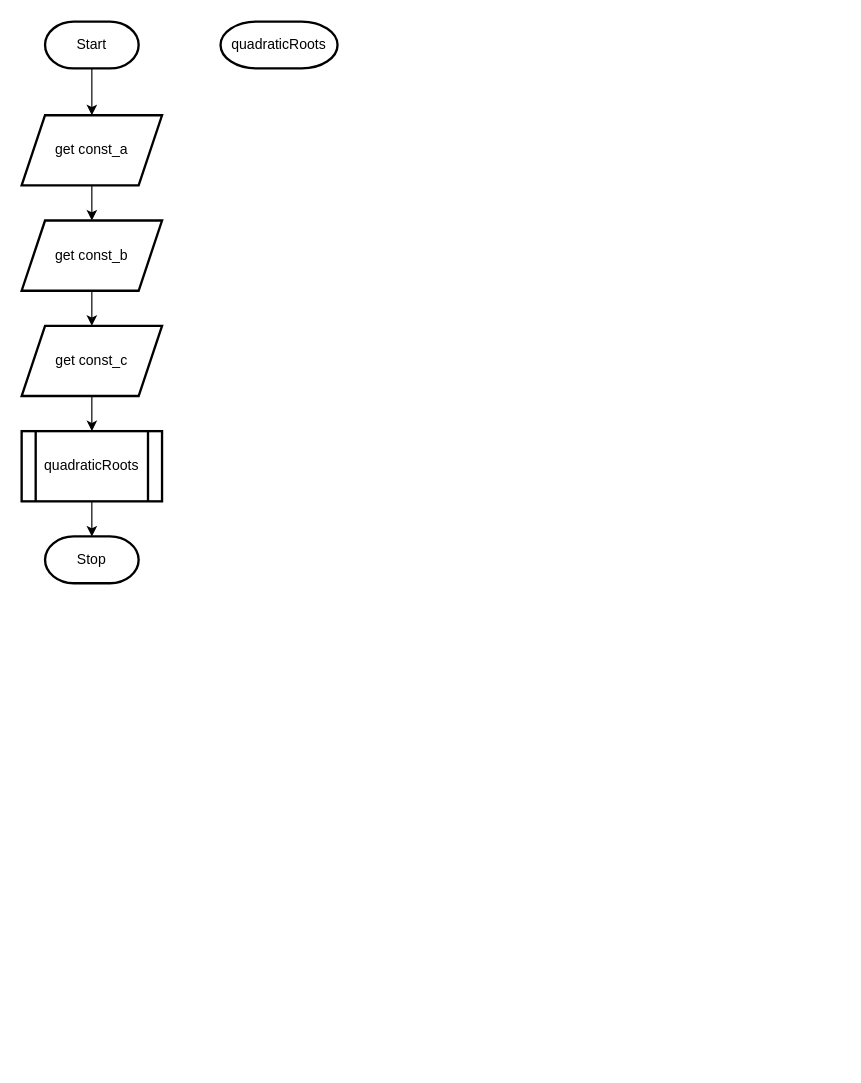
The draw.io diagram quadratic_formula.drawio in Jebbxrs/c_proj, before the edit. Source tidied: cells renumbered, new cells numbered last; positions are measured from the earlier drawing's top-left corner, leaving out a move shared by most shapes. Both pictures are drawn from the tidied source at 117%, with x=0, y=0 at pixel (21, 21).
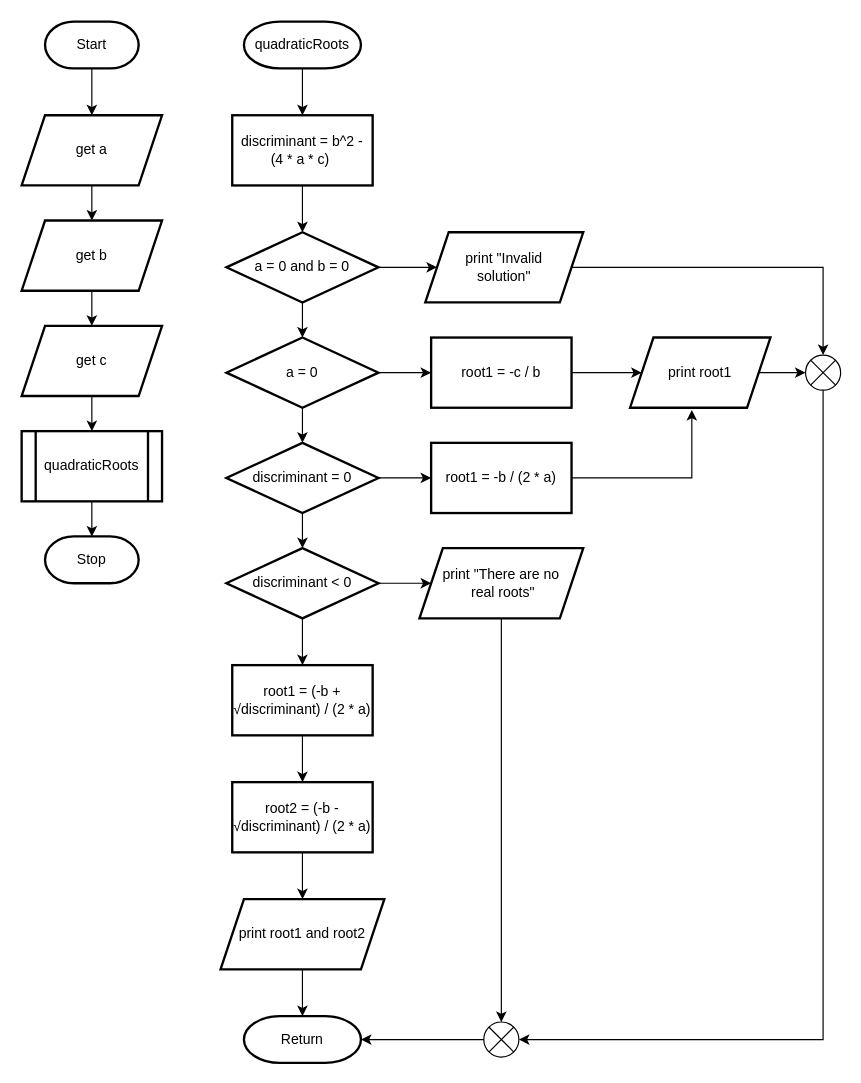
The same diagram, later.

Diff of the diagram source:
```diff
@@
-    <mxCell id="5" value="get const_a" style="shape=parallelogram;perimeter=parallelogramPerimeter;whiteSpace=wrap;html=1;fixedSize=1;strokeWidth=2;" parent="1" vertex="1">
+    <mxCell id="5" value="get a" style="shape=parallelogram;perimeter=parallelogramPerimeter;whiteSpace=wrap;html=1;fixedSize=1;strokeWidth=2;" parent="1" vertex="1">
       <mxGeometry y="80" width="120" height="60" as="geometry" />
     </mxCell>
@@
-    <mxCell id="7" value="get const_b" style="shape=parallelogram;perimeter=parallelogramPerimeter;whiteSpace=wrap;html=1;fixedSize=1;strokeWidth=2;" parent="1" vertex="1">
+    <mxCell id="7" value="get b" style="shape=parallelogram;perimeter=parallelogramPerimeter;whiteSpace=wrap;html=1;fixedSize=1;strokeWidth=2;" parent="1" vertex="1">
       <mxGeometry y="170" width="120" height="60" as="geometry" />
     </mxCell>
@@
-    <mxCell id="9" value="get const_c" style="shape=parallelogram;perimeter=parallelogramPerimeter;whiteSpace=wrap;html=1;fixedSize=1;strokeWidth=2;" parent="1" vertex="1">
+    <mxCell id="9" value="get c" style="shape=parallelogram;perimeter=parallelogramPerimeter;whiteSpace=wrap;html=1;fixedSize=1;strokeWidth=2;" parent="1" vertex="1">
       <mxGeometry y="260" width="120" height="60" as="geometry" />
     </mxCell>
@@
+    <mxCell id="14" style="edgeStyle=orthogonalEdgeStyle;rounded=0;jettySize=auto;html=1;" parent="1" edge="1" source="13" target="16">
+      <mxGeometry relative="1" as="geometry" />
+    </mxCell>
     <mxCell id="13" value="quadraticRoots" style="strokeWidth=2;html=1;shape=mxgraph.flowchart.terminator;whiteSpace=wrap;" parent="1" vertex="1">
-      <mxGeometry x="170" width="100" height="40" as="geometry" />
+      <mxGeometry x="190" width="100" height="40" as="geometry" />
     </mxCell>
+    <mxCell id="15" style="edgeStyle=orthogonalEdgeStyle;rounded=0;jettySize=auto;html=1;" parent="1" edge="1" source="16" target="19">
+      <mxGeometry relative="1" as="geometry" />
+    </mxCell>
+    <mxCell id="16" value="discriminant = b^2 - &lt;br&gt;(4 * a * c)&amp;nbsp;" style="whiteSpace=wrap;html=1;strokeWidth=2;" parent="1" vertex="1">
+      <mxGeometry x="180" y="80" width="120" height="60" as="geometry" />
+    </mxCell>
+    <mxCell id="17" style="edgeStyle=orthogonalEdgeStyle;rounded=0;jettySize=auto;html=1;" parent="1" edge="1" source="19" target="20">
+      <mxGeometry relative="1" as="geometry" />
+    </mxCell>
+    <mxCell id="18" style="edgeStyle=orthogonalEdgeStyle;rounded=0;jettySize=auto;html=1;" parent="1" edge="1" source="19" target="23">
+      <mxGeometry relative="1" as="geometry" />
+    </mxCell>
+    <mxCell id="19" value="a = 0 and b = 0" style="rhombus;whiteSpace=wrap;html=1;strokeWidth=2;" parent="1" vertex="1">
+      <mxGeometry x="175" y="180" width="130" height="60" as="geometry" />
+    </mxCell>
+    <mxCell id="20" value="print &quot;Invalid &lt;br&gt;solution&quot;" style="shape=parallelogram;perimeter=parallelogramPerimeter;whiteSpace=wrap;html=1;fixedSize=1;strokeWidth=2;" parent="1" vertex="1">
+      <mxGeometry x="345" y="180" width="135" height="60" as="geometry" />
+    </mxCell>
+    <mxCell id="21" style="edgeStyle=orthogonalEdgeStyle;rounded=0;jettySize=auto;html=1;" parent="1" edge="1" source="23" target="25">
+      <mxGeometry relative="1" as="geometry" />
+    </mxCell>
+    <mxCell id="22" style="edgeStyle=orthogonalEdgeStyle;rounded=0;jettySize=auto;html=1;" parent="1" edge="1" source="23" target="30">
+      <mxGeometry relative="1" as="geometry" />
+    </mxCell>
+    <mxCell id="23" value="a = 0" style="rhombus;whiteSpace=wrap;html=1;strokeWidth=2;" parent="1" vertex="1">
+      <mxGeometry x="175" y="270" width="130" height="60" as="geometry" />
+    </mxCell>
+    <mxCell id="24" style="edgeStyle=orthogonalEdgeStyle;rounded=0;jettySize=auto;html=1;" parent="1" edge="1" source="25" target="27">
+      <mxGeometry relative="1" as="geometry" />
+    </mxCell>
+    <mxCell id="25" value="root1 = -c / b" style="whiteSpace=wrap;html=1;strokeWidth=2;" parent="1" vertex="1">
+      <mxGeometry x="350" y="270" width="120" height="60" as="geometry" />
+    </mxCell>
+    <mxCell id="26" style="edgeStyle=orthogonalEdgeStyle;rounded=0;jettySize=auto;html=1;" parent="1" edge="1" source="27" target="47">
+      <mxGeometry relative="1" as="geometry" />
+    </mxCell>
+    <mxCell id="27" value="print root1" style="shape=parallelogram;perimeter=parallelogramPerimeter;whiteSpace=wrap;html=1;fixedSize=1;strokeWidth=2;" parent="1" vertex="1">
+      <mxGeometry x="520" y="270" width="120" height="60" as="geometry" />
+    </mxCell>
+    <mxCell id="28" style="edgeStyle=orthogonalEdgeStyle;rounded=0;jettySize=auto;html=1;" parent="1" edge="1" source="30" target="32">
+      <mxGeometry relative="1" as="geometry" />
+    </mxCell>
+    <mxCell id="29" style="edgeStyle=orthogonalEdgeStyle;rounded=0;jettySize=auto;html=1;" parent="1" edge="1" source="30" target="35">
+      <mxGeometry relative="1" as="geometry" />
+    </mxCell>
+    <mxCell id="30" value="discriminant = 0" style="rhombus;whiteSpace=wrap;html=1;strokeWidth=2;" parent="1" vertex="1">
+      <mxGeometry x="175" y="360" width="130" height="60" as="geometry" />
+    </mxCell>
+    <mxCell id="31" style="edgeStyle=orthogonalEdgeStyle;rounded=0;jettySize=auto;html=1;entryX=0.44;entryY=1.033;entryDx=0;entryDy=0;entryPerimeter=0;" parent="1" edge="1" source="32" target="27">
+      <mxGeometry relative="1" as="geometry" />
+    </mxCell>
+    <mxCell id="32" value="root1 = -b / (2 * a)" style="whiteSpace=wrap;html=1;strokeWidth=2;" parent="1" vertex="1">
+      <mxGeometry x="350" y="360" width="120" height="60" as="geometry" />
+    </mxCell>
+    <mxCell id="33" style="edgeStyle=orthogonalEdgeStyle;rounded=0;jettySize=auto;html=1;" parent="1" edge="1" source="35" target="36">
+      <mxGeometry relative="1" as="geometry" />
+    </mxCell>
+    <mxCell id="34" style="edgeStyle=orthogonalEdgeStyle;rounded=0;jettySize=auto;html=1;" parent="1" edge="1" source="35" target="38">
+      <mxGeometry relative="1" as="geometry" />
+    </mxCell>
+    <mxCell id="35" value="discriminant &amp;lt; 0" style="rhombus;whiteSpace=wrap;html=1;strokeWidth=2;" parent="1" vertex="1">
+      <mxGeometry x="175" y="450" width="130" height="60" as="geometry" />
+    </mxCell>
+    <mxCell id="36" value="print &quot;There are no&lt;br&gt;&amp;nbsp;real roots&quot;" style="shape=parallelogram;perimeter=parallelogramPerimeter;whiteSpace=wrap;html=1;fixedSize=1;strokeWidth=2;" parent="1" vertex="1">
+      <mxGeometry x="340" y="450" width="140" height="60" as="geometry" />
+    </mxCell>
+    <mxCell id="37" style="edgeStyle=orthogonalEdgeStyle;rounded=0;jettySize=auto;html=1;" parent="1" edge="1" source="38" target="40">
+      <mxGeometry relative="1" as="geometry" />
+    </mxCell>
+    <mxCell id="38" value="root1 = (-b + √discriminant) / (2 * a)" style="whiteSpace=wrap;html=1;strokeWidth=2;" parent="1" vertex="1">
+      <mxGeometry x="180" y="550" width="120" height="60" as="geometry" />
+    </mxCell>
+    <mxCell id="39" style="edgeStyle=orthogonalEdgeStyle;rounded=0;jettySize=auto;html=1;" parent="1" edge="1" source="40" target="42">
+      <mxGeometry relative="1" as="geometry" />
+    </mxCell>
+    <mxCell id="40" value="root2 = (-b - √discriminant) / (2 * a)" style="whiteSpace=wrap;html=1;strokeWidth=2;" parent="1" vertex="1">
+      <mxGeometry x="180" y="650" width="120" height="60" as="geometry" />
+    </mxCell>
+    <mxCell id="41" style="edgeStyle=orthogonalEdgeStyle;rounded=0;jettySize=auto;html=1;" parent="1" edge="1" source="42" target="43">
+      <mxGeometry relative="1" as="geometry" />
+    </mxCell>
+    <mxCell id="42" value="print root1 and root2" style="shape=parallelogram;perimeter=parallelogramPerimeter;whiteSpace=wrap;html=1;fixedSize=1;strokeWidth=2;" parent="1" vertex="1">
+      <mxGeometry x="170" y="750" width="140" height="60" as="geometry" />
+    </mxCell>
+    <mxCell id="43" value="Return" style="strokeWidth=2;html=1;shape=mxgraph.flowchart.terminator;whiteSpace=wrap;" parent="1" vertex="1">
+      <mxGeometry x="190" y="850" width="100" height="40" as="geometry" />
+    </mxCell>
+    <mxCell id="44" style="verticalLabelPosition=bottom;verticalAlign=top;html=1;shape=mxgraph.flowchart.or;" parent="1" vertex="1">
+      <mxGeometry x="395" y="855" width="30" height="30" as="geometry" />
+    </mxCell>
+    <mxCell id="45" style="edgeStyle=orthogonalEdgeStyle;rounded=0;jettySize=auto;html=1;entryX=0.5;entryY=0;entryDx=0;entryDy=0;entryPerimeter=0;" parent="1" edge="1" source="36" target="44">
+      <mxGeometry relative="1" as="geometry" />
+    </mxCell>
+    <mxCell id="46" style="edgeStyle=orthogonalEdgeStyle;rounded=0;jettySize=auto;html=1;exitX=0;exitY=0.5;exitDx=0;exitDy=0;exitPerimeter=0;entryX=1;entryY=0.5;entryDx=0;entryDy=0;entryPerimeter=0;" parent="1" edge="1" source="44" target="43">
+      <mxGeometry relative="1" as="geometry" />
+    </mxCell>
+    <mxCell id="47" style="verticalLabelPosition=bottom;verticalAlign=top;html=1;shape=mxgraph.flowchart.or;" parent="1" vertex="1">
+      <mxGeometry x="670" y="285" width="30" height="30" as="geometry" />
+    </mxCell>
+    <mxCell id="48" style="edgeStyle=orthogonalEdgeStyle;rounded=0;jettySize=auto;html=1;entryX=0.5;entryY=0;entryDx=0;entryDy=0;entryPerimeter=0;" parent="1" edge="1" source="20" target="47">
+      <mxGeometry relative="1" as="geometry" />
+    </mxCell>
+    <mxCell id="49" style="edgeStyle=orthogonalEdgeStyle;rounded=0;jettySize=auto;html=1;entryX=1;entryY=0.5;entryDx=0;entryDy=0;entryPerimeter=0;" parent="1" edge="1" source="47" target="44">
+      <mxGeometry relative="1" as="geometry">
+        <Array as="points">
+          <mxPoint x="685" y="870" />
+        </Array>
+      </mxGeometry>
+    </mxCell>
```
